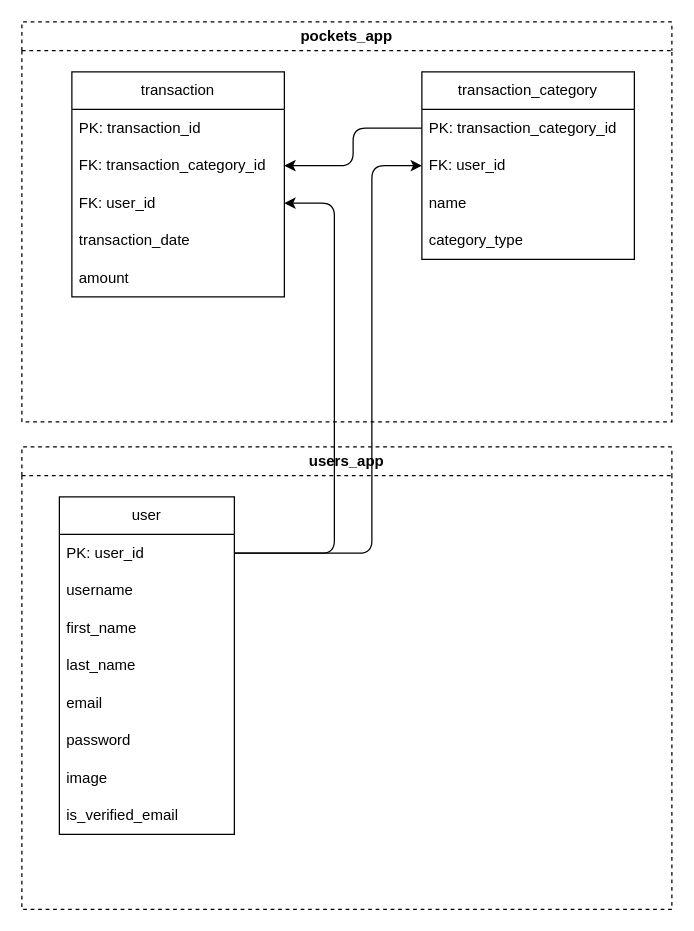
Earlier version of the draw.io diagram pockets_db.drawio (sharvadim07/pockets). Source tidied: cells renumbered, new cells numbered last; positions are measured from the earlier drawing's top-left corner, leaving out a move shared by most shapes. Both pictures are drawn from the tidied source at 125%, with x=0, y=0 at pixel (21, 21).
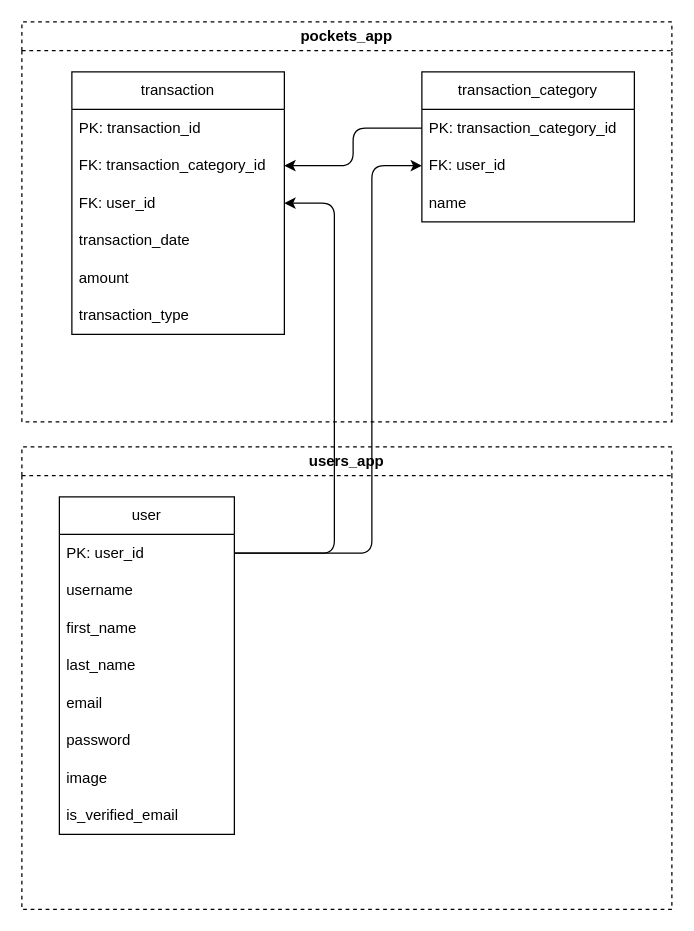
Above is the later version.

Unchanged cells that the change refers to:
```xml
<mxCell id="12" value="pockets_app" style="swimlane;whiteSpace=wrap;html=1;dashed=1;" parent="1" vertex="1">
  <mxGeometry width="520" height="320" as="geometry" />
</mxCell>
```

Diff of the diagram source:
```diff
@@
     <mxCell id="13" value="transaction" style="swimlane;fontStyle=0;horizontal=1;startSize=30;whiteSpace=wrap;html=1;" parent="12" vertex="1">
-      <mxGeometry x="40" y="40" width="170" height="180" as="geometry" />
+      <mxGeometry x="40" y="40" width="170" height="210" as="geometry" />
     </mxCell>
@@
+    <mxCell id="27" value="transaction_type" style="text;strokeColor=none;fillColor=none;align=left;verticalAlign=middle;spacingLeft=4;spacingRight=4;overflow=hidden;whiteSpace=wrap;html=1;" parent="13" vertex="1">
+      <mxGeometry y="180" width="170" height="30" as="geometry" />
+    </mxCell>
     <mxCell id="19" value="transaction_category" style="swimlane;fontStyle=0;horizontal=1;startSize=30;whiteSpace=wrap;html=1;" parent="1" vertex="1">
-      <mxGeometry x="320" y="40" width="170" height="150" as="geometry" />
+      <mxGeometry x="320" y="40" width="170" height="120" as="geometry" />
     </mxCell>
@@
-    <mxCell id="23" value="category_type" style="text;strokeColor=none;fillColor=none;align=left;verticalAlign=middle;spacingLeft=4;spacingRight=4;overflow=hidden;whiteSpace=wrap;html=1;" parent="19" vertex="1">
-      <mxGeometry y="120" width="170" height="30" as="geometry" />
-    </mxCell>
```
